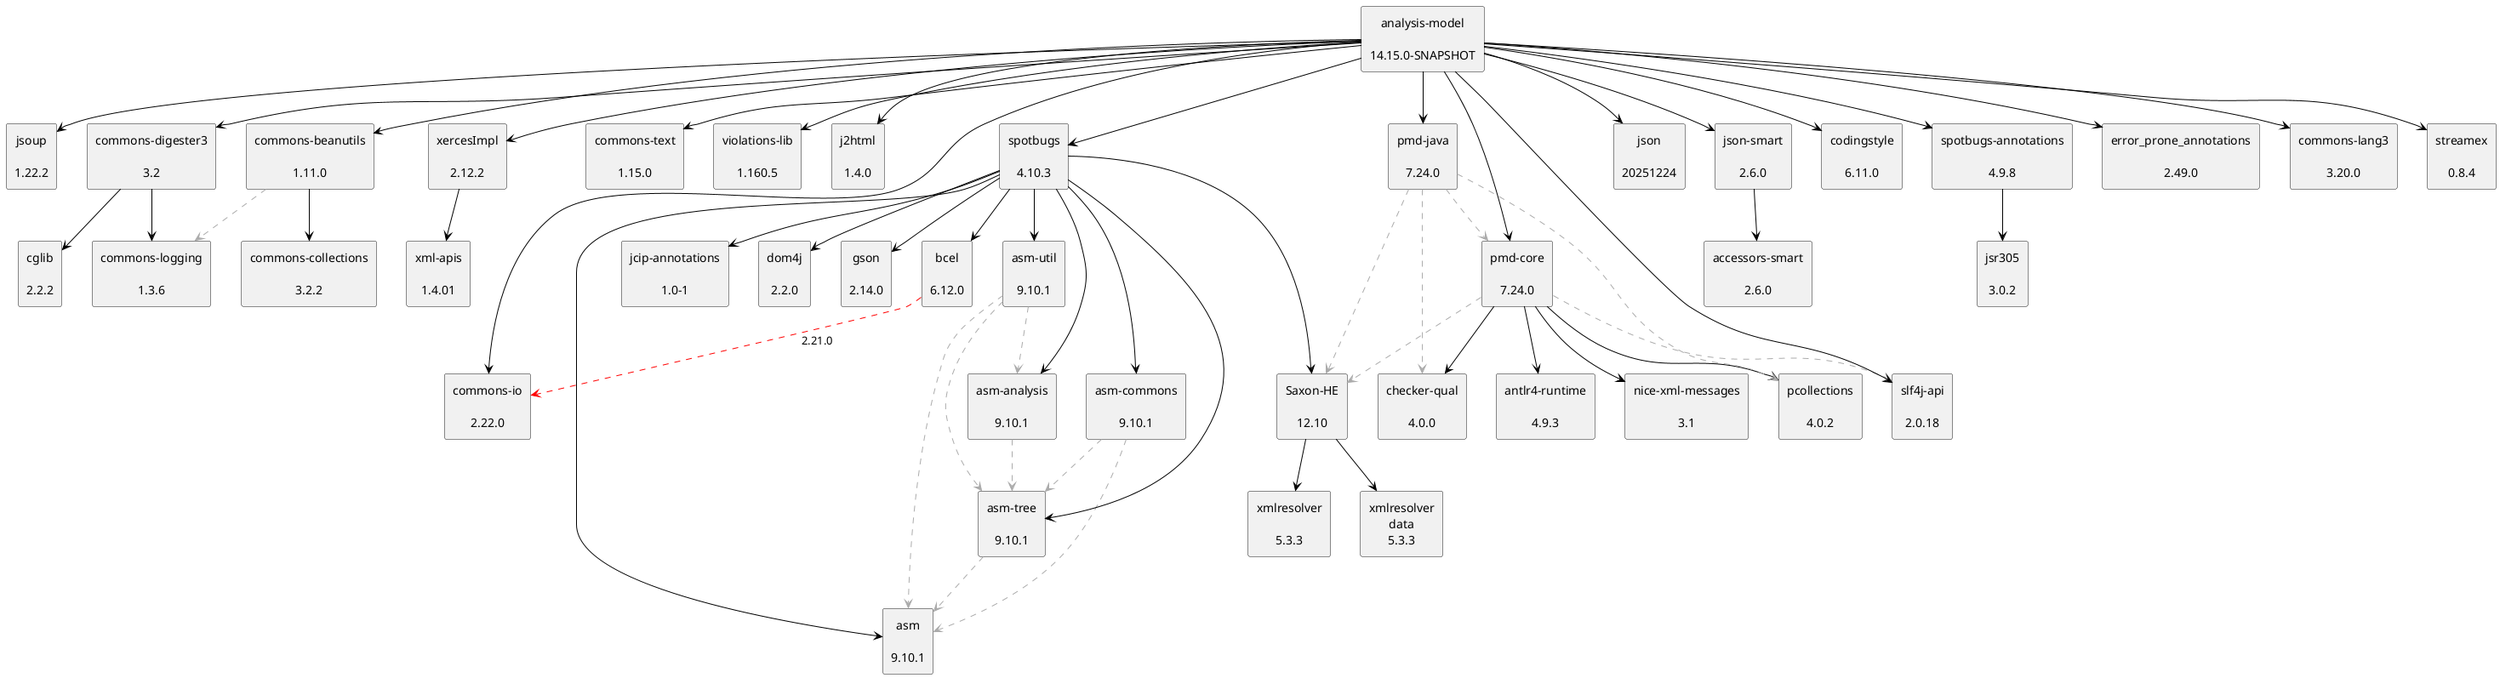
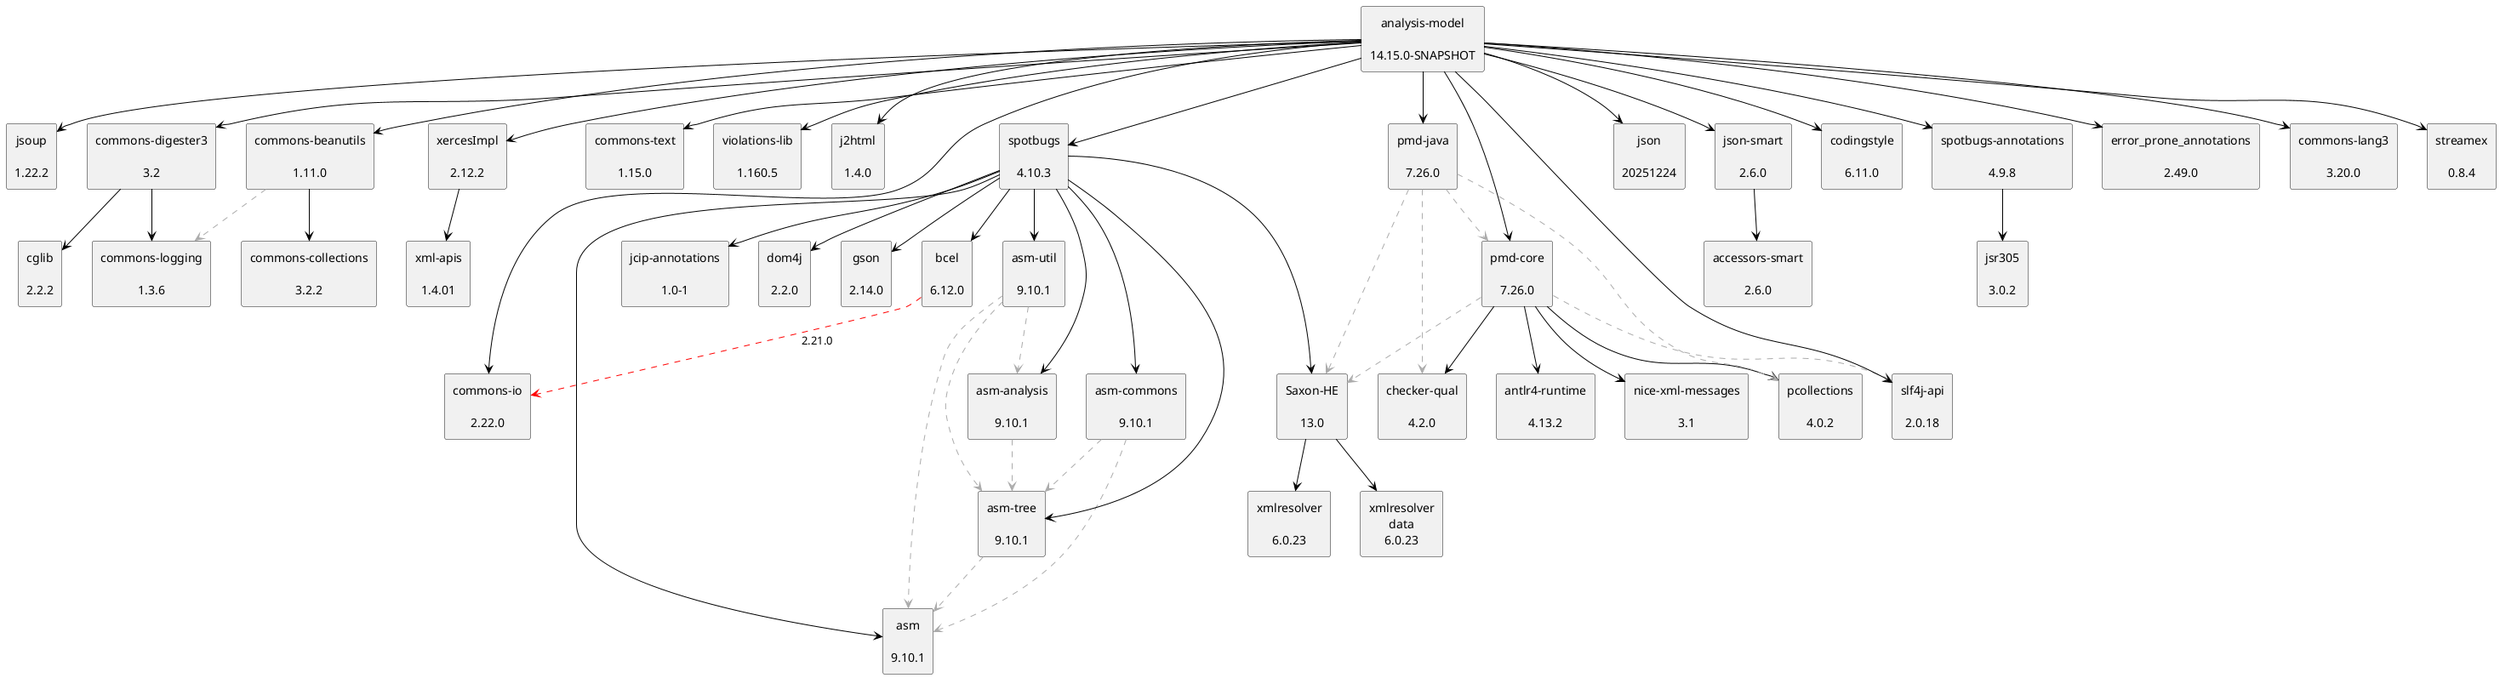
@startuml
skinparam defaultTextAlignment center
skinparam rectangle {
  BackgroundColor<<optional>> beige
  BackgroundColor<<test>> lightGreen
  BackgroundColor<<runtime>> lightBlue
  BackgroundColor<<provided>> lightGray
}
rectangle "analysis-model\n\n14.15.0-SNAPSHOT" as edu_hm_hafner_analysis_model_jar
rectangle "jsoup\n\n1.22.2" as org_jsoup_jsoup_jar
rectangle "commons-io\n\n2.22.0" as commons_io_commons_io_jar
rectangle "commons-digester3\n\n3.2" as org_apache_commons_commons_digester3_jar
rectangle "cglib\n\n2.2.2" as cglib_cglib_jar
rectangle "commons-logging\n\n1.3.6" as commons_logging_commons_logging_jar
rectangle "commons-beanutils\n\n1.11.0" as commons_beanutils_commons_beanutils_jar
rectangle "commons-collections\n\n3.2.2" as commons_collections_commons_collections_jar
rectangle "commons-text\n\n1.15.0" as org_apache_commons_commons_text_jar
rectangle "violations-lib\n\n1.160.5" as se_bjurr_violations_violations_lib_jar
rectangle "j2html\n\n1.4.0" as com_j2html_j2html_jar
rectangle "xercesImpl\n\n2.12.2" as xerces_xercesImpl_jar
rectangle "xml-apis\n\n1.4.01" as xml_apis_xml_apis_jar
rectangle "spotbugs\n\n4.10.3" as com_github_spotbugs_spotbugs_jar
rectangle "asm\n\n9.10.1" as org_ow2_asm_asm_jar
rectangle "asm-analysis\n\n9.10.1" as org_ow2_asm_asm_analysis_jar
rectangle "asm-tree\n\n9.10.1" as org_ow2_asm_asm_tree_jar
rectangle "asm-commons\n\n9.10.1" as org_ow2_asm_asm_commons_jar
rectangle "asm-util\n\n9.10.1" as org_ow2_asm_asm_util_jar
rectangle "bcel\n\n6.12.0" as org_apache_bcel_bcel_jar
rectangle "jcip-annotations\n\n1.0-1" as com_github_stephenc_jcip_jcip_annotations_jar
rectangle "dom4j\n\n2.2.0" as org_dom4j_dom4j_jar
rectangle "gson\n\n2.14.0" as com_google_code_gson_gson_jar
- rectangle "Saxon-HE\n\n12.10" as net_sf_saxon_Saxon_HE_jar
- rectangle "xmlresolver\n\n5.3.3" as org_xmlresolver_xmlresolver_jar
- rectangle "xmlresolver\ndata\n5.3.3" as org_xmlresolver_xmlresolver_jar_data
- rectangle "pmd-core\n\n7.24.0" as net_sourceforge_pmd_pmd_core_jar
+ rectangle "Saxon-HE\n\n13.0" as net_sf_saxon_Saxon_HE_jar
+ rectangle "xmlresolver\n\n6.0.23" as org_xmlresolver_xmlresolver_jar
+ rectangle "xmlresolver\ndata\n6.0.23" as org_xmlresolver_xmlresolver_jar_data
+ rectangle "pmd-core\n\n7.26.0" as net_sourceforge_pmd_pmd_core_jar
rectangle "slf4j-api\n\n2.0.18" as org_slf4j_slf4j_api_jar
- rectangle "antlr4-runtime\n\n4.9.3" as org_antlr_antlr4_runtime_jar
- rectangle "checker-qual\n\n4.0.0" as org_checkerframework_checker_qual_jar
+ rectangle "antlr4-runtime\n\n4.13.2" as org_antlr_antlr4_runtime_jar
+ rectangle "checker-qual\n\n4.2.0" as org_checkerframework_checker_qual_jar
rectangle "pcollections\n\n4.0.2" as org_pcollections_pcollections_jar
rectangle "nice-xml-messages\n\n3.1" as com_github_oowekyala_ooxml_nice_xml_messages_jar
- rectangle "pmd-java\n\n7.24.0" as net_sourceforge_pmd_pmd_java_jar
+ rectangle "pmd-java\n\n7.26.0" as net_sourceforge_pmd_pmd_java_jar
rectangle "json\n\n20251224" as org_json_json_jar
rectangle "json-smart\n\n2.6.0" as net_minidev_json_smart_jar
rectangle "accessors-smart\n\n2.6.0" as net_minidev_accessors_smart_jar
rectangle "codingstyle\n\n6.11.0" as edu_hm_hafner_codingstyle_jar
rectangle "spotbugs-annotations\n\n4.9.8" as com_github_spotbugs_spotbugs_annotations_jar
rectangle "jsr305\n\n3.0.2" as com_google_code_findbugs_jsr305_jar
rectangle "error_prone_annotations\n\n2.49.0" as com_google_errorprone_error_prone_annotations_jar
rectangle "commons-lang3\n\n3.20.0" as org_apache_commons_commons_lang3_jar
rectangle "streamex\n\n0.8.4" as one_util_streamex_jar
edu_hm_hafner_analysis_model_jar -[#000000]-> org_jsoup_jsoup_jar
edu_hm_hafner_analysis_model_jar -[#000000]-> commons_io_commons_io_jar
org_apache_commons_commons_digester3_jar -[#000000]-> cglib_cglib_jar
org_apache_commons_commons_digester3_jar -[#000000]-> commons_logging_commons_logging_jar
edu_hm_hafner_analysis_model_jar -[#000000]-> org_apache_commons_commons_digester3_jar
commons_beanutils_commons_beanutils_jar .[#ABABAB].> commons_logging_commons_logging_jar
commons_beanutils_commons_beanutils_jar -[#000000]-> commons_collections_commons_collections_jar
edu_hm_hafner_analysis_model_jar -[#000000]-> commons_beanutils_commons_beanutils_jar
edu_hm_hafner_analysis_model_jar -[#000000]-> org_apache_commons_commons_text_jar
edu_hm_hafner_analysis_model_jar -[#000000]-> se_bjurr_violations_violations_lib_jar
edu_hm_hafner_analysis_model_jar -[#000000]-> com_j2html_j2html_jar
xerces_xercesImpl_jar -[#000000]-> xml_apis_xml_apis_jar
edu_hm_hafner_analysis_model_jar -[#000000]-> xerces_xercesImpl_jar
com_github_spotbugs_spotbugs_jar -[#000000]-> org_ow2_asm_asm_jar
org_ow2_asm_asm_analysis_jar .[#ABABAB].> org_ow2_asm_asm_tree_jar
com_github_spotbugs_spotbugs_jar -[#000000]-> org_ow2_asm_asm_analysis_jar
org_ow2_asm_asm_commons_jar .[#ABABAB].> org_ow2_asm_asm_jar
org_ow2_asm_asm_commons_jar .[#ABABAB].> org_ow2_asm_asm_tree_jar
com_github_spotbugs_spotbugs_jar -[#000000]-> org_ow2_asm_asm_commons_jar
org_ow2_asm_asm_tree_jar .[#ABABAB].> org_ow2_asm_asm_jar
com_github_spotbugs_spotbugs_jar -[#000000]-> org_ow2_asm_asm_tree_jar
org_ow2_asm_asm_util_jar .[#ABABAB].> org_ow2_asm_asm_jar
org_ow2_asm_asm_util_jar .[#ABABAB].> org_ow2_asm_asm_tree_jar
org_ow2_asm_asm_util_jar .[#ABABAB].> org_ow2_asm_asm_analysis_jar
com_github_spotbugs_spotbugs_jar -[#000000]-> org_ow2_asm_asm_util_jar
org_apache_bcel_bcel_jar .[#FF0000].> commons_io_commons_io_jar: 2.21.0
com_github_spotbugs_spotbugs_jar -[#000000]-> org_apache_bcel_bcel_jar
com_github_spotbugs_spotbugs_jar -[#000000]-> com_github_stephenc_jcip_jcip_annotations_jar
com_github_spotbugs_spotbugs_jar -[#000000]-> org_dom4j_dom4j_jar
com_github_spotbugs_spotbugs_jar -[#000000]-> com_google_code_gson_gson_jar
net_sf_saxon_Saxon_HE_jar -[#000000]-> org_xmlresolver_xmlresolver_jar
net_sf_saxon_Saxon_HE_jar -[#000000]-> org_xmlresolver_xmlresolver_jar_data
com_github_spotbugs_spotbugs_jar -[#000000]-> net_sf_saxon_Saxon_HE_jar
edu_hm_hafner_analysis_model_jar -[#000000]-> com_github_spotbugs_spotbugs_jar
net_sourceforge_pmd_pmd_core_jar .[#ABABAB].> org_slf4j_slf4j_api_jar
net_sourceforge_pmd_pmd_core_jar -[#000000]-> org_antlr_antlr4_runtime_jar
net_sourceforge_pmd_pmd_core_jar .[#ABABAB].> net_sf_saxon_Saxon_HE_jar
net_sourceforge_pmd_pmd_core_jar -[#000000]-> org_checkerframework_checker_qual_jar
net_sourceforge_pmd_pmd_core_jar -[#000000]-> org_pcollections_pcollections_jar
net_sourceforge_pmd_pmd_core_jar -[#000000]-> com_github_oowekyala_ooxml_nice_xml_messages_jar
edu_hm_hafner_analysis_model_jar -[#000000]-> net_sourceforge_pmd_pmd_core_jar
net_sourceforge_pmd_pmd_java_jar .[#ABABAB].> net_sourceforge_pmd_pmd_core_jar
net_sourceforge_pmd_pmd_java_jar .[#ABABAB].> org_checkerframework_checker_qual_jar
net_sourceforge_pmd_pmd_java_jar .[#ABABAB].> net_sf_saxon_Saxon_HE_jar
net_sourceforge_pmd_pmd_java_jar .[#ABABAB].> org_pcollections_pcollections_jar
edu_hm_hafner_analysis_model_jar -[#000000]-> net_sourceforge_pmd_pmd_java_jar
edu_hm_hafner_analysis_model_jar -[#000000]-> org_json_json_jar
net_minidev_json_smart_jar -[#000000]-> net_minidev_accessors_smart_jar
edu_hm_hafner_analysis_model_jar -[#000000]-> net_minidev_json_smart_jar
edu_hm_hafner_analysis_model_jar -[#000000]-> org_slf4j_slf4j_api_jar
edu_hm_hafner_analysis_model_jar -[#000000]-> edu_hm_hafner_codingstyle_jar
com_github_spotbugs_spotbugs_annotations_jar -[#000000]-> com_google_code_findbugs_jsr305_jar
edu_hm_hafner_analysis_model_jar -[#000000]-> com_github_spotbugs_spotbugs_annotations_jar
edu_hm_hafner_analysis_model_jar -[#000000]-> com_google_errorprone_error_prone_annotations_jar
edu_hm_hafner_analysis_model_jar -[#000000]-> org_apache_commons_commons_lang3_jar
edu_hm_hafner_analysis_model_jar -[#000000]-> one_util_streamex_jar
@enduml